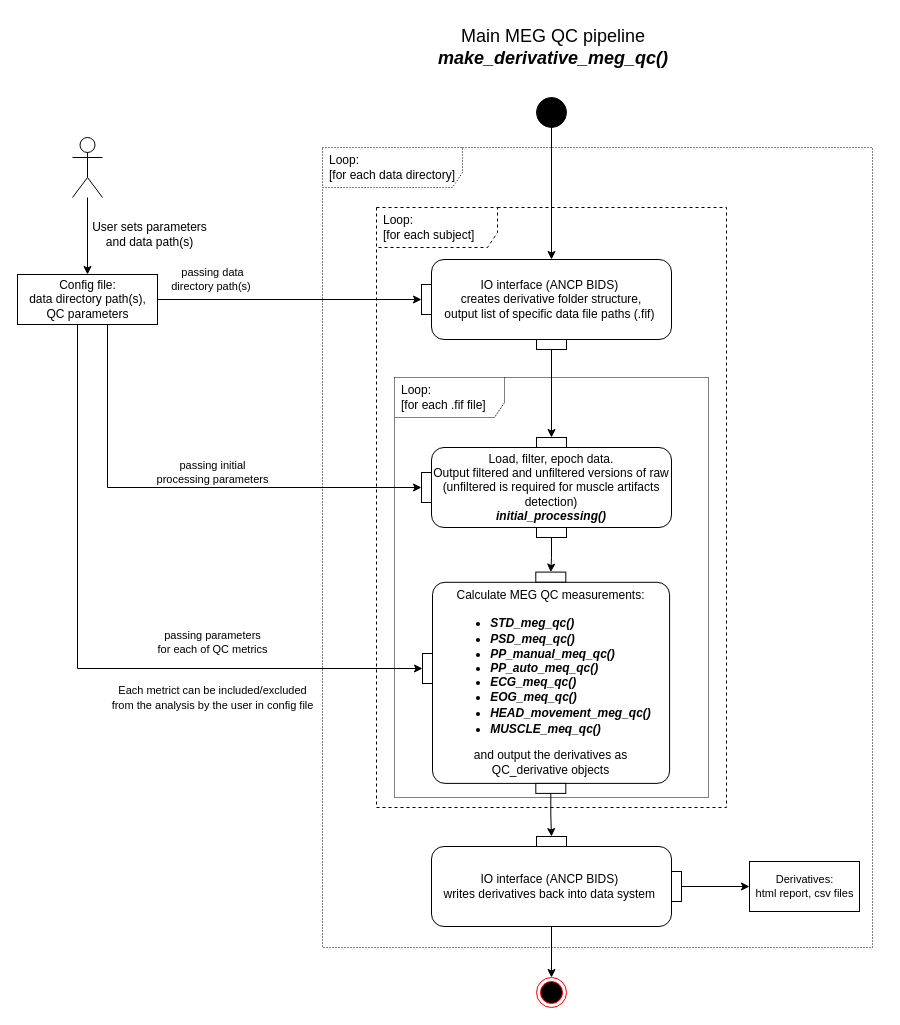
Before: diagrams/_main_UML2.5.drawio in oldgandalf/MEGqcJorge, a draw.io diagram. Source tidied: cells renumbered, new cells numbered last; positions are measured from the earlier drawing's top-left corner, leaving out a move shared by most shapes. Both pictures are drawn from the tidied source at 100%, with x=0, y=0 at pixel (17, 17).
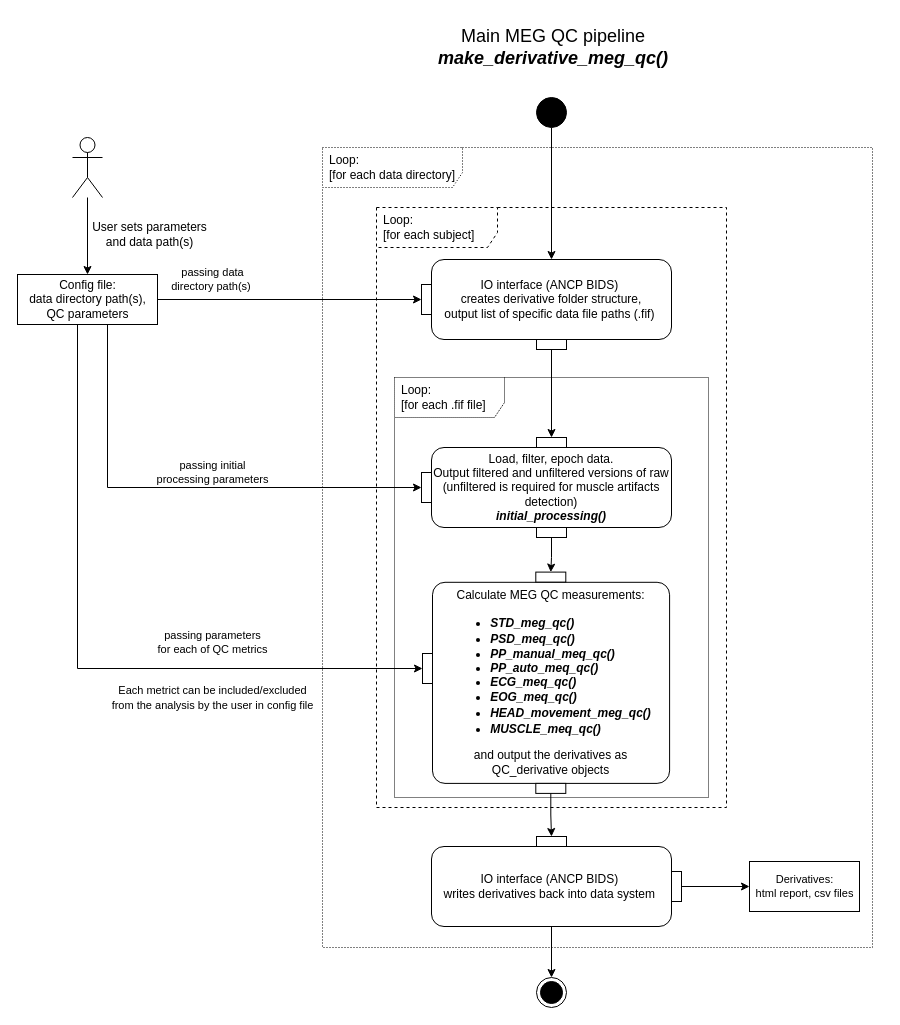
The same diagram, later.

Unchanged cells that the change refers to:
```xml
<mxCell id="29" value="IO interface (ANCP BIDS)&amp;nbsp;&lt;br style=&quot;border-color: var(--border-color);&quot;&gt;writes derivatives back into data system&amp;nbsp;" style="html=1;align=center;verticalAlign=middle;rounded=1;absoluteArcSize=1;arcSize=25;dashed=0;fontFamily=Helvetica;fontSize=12;whiteSpace=wrap;noLabel=0;imageAlign=center;" parent="28" vertex="1">
  <mxGeometry y="10" width="240" height="80" as="geometry" />
</mxCell>
```

The edit, as a diff of the source:
```diff
@@
-    <mxCell id="38" style="ellipse;html=1;shape=endState;fillColor=#000000;strokeColor=#ff0000;fontSize=11;" parent="1" vertex="1">
-      <mxGeometry x="519" y="960" width="30" height="30" as="geometry" />
-    </mxCell>
-    <mxCell id="39" style="edgeStyle=orthogonalEdgeStyle;rounded=0;jettySize=auto;html=1;fontSize=11;exitX=0.5;exitY=1;exitDx=0;exitDy=0;" parent="1" edge="1" source="29" target="38">
-      <mxGeometry relative="1" as="geometry" />
+    <mxCell id="39" style="edgeStyle=orthogonalEdgeStyle;rounded=0;jettySize=auto;html=1;fontSize=11;exitX=0.5;exitY=1;exitDx=0;exitDy=0;" parent="1" edge="1" source="29">
+      <mxGeometry relative="1" as="geometry">
+        <mxPoint x="534" y="960" as="targetPoint" />
+      </mxGeometry>
     </mxCell>
@@
+    <mxCell id="44" style="ellipse;html=1;shape=endState;fillColor=strokeColor;" parent="1" vertex="1">
+      <mxGeometry x="519" y="960" width="30" height="30" as="geometry" />
+    </mxCell>
```
